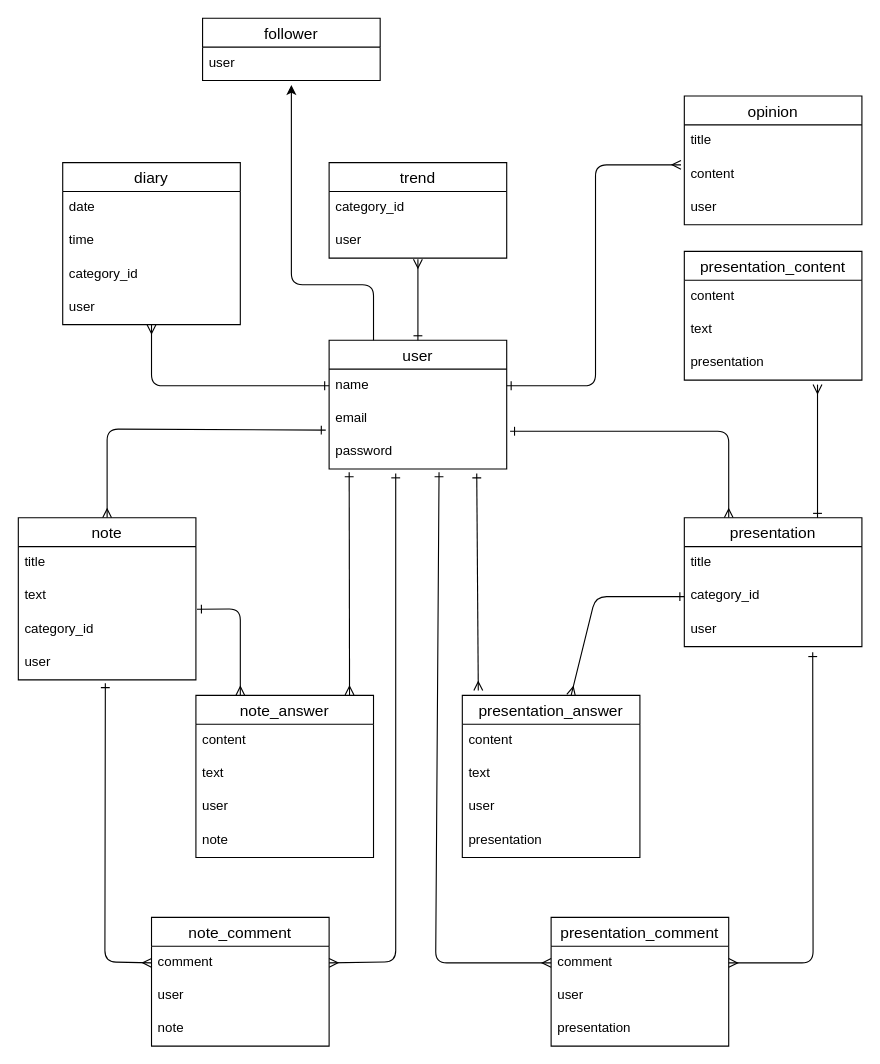
Before: ER.dio in xcattleyax/outputera, a draw.io diagram. Source tidied: cells renumbered, new cells numbered last; positions are measured from the earlier drawing's top-left corner, leaving out a move shared by most shapes. Both pictures are drawn from the tidied source at 111%, with x=0, y=0 at pixel (18, 18).
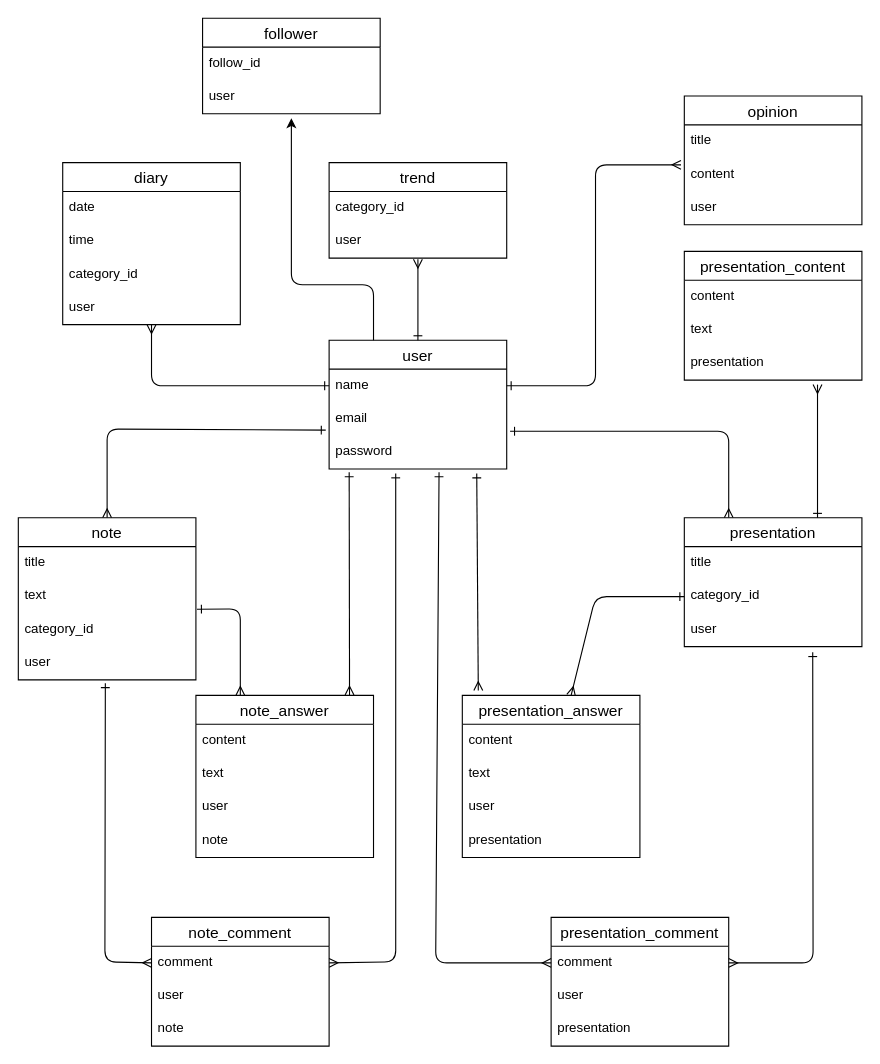
The same diagram, later.

The change refers to these unchanged cells:
```xml
<mxCell id="2" value="user" style="swimlane;fontStyle=0;horizontal=1;startSize=26;align=center;fontSize=14;" parent="1" vertex="1">
  <mxGeometry x="280" y="290" width="160" height="116" as="geometry" />
</mxCell>
```

What changed in the source:
```diff
@@
     <mxCell id="63" value="follower" style="swimlane;fontStyle=0;horizontal=1;startSize=26;align=center;fontSize=14;" parent="1" vertex="1">
-      <mxGeometry x="166" width="160" height="56" as="geometry" />
+      <mxGeometry x="166" width="160" height="86" as="geometry" />
     </mxCell>
-    <mxCell id="64" value="user" style="text;strokeColor=none;fillColor=none;spacingLeft=4;spacingRight=4;overflow=hidden;fontSize=12;" parent="63" vertex="1">
+    <mxCell id="64" value="follow_id" style="text;strokeColor=none;fillColor=none;spacingLeft=4;spacingRight=4;overflow=hidden;fontSize=12;" parent="63" vertex="1">
       <mxGeometry y="26" width="160" height="30" as="geometry" />
     </mxCell>
+    <mxCell id="66" value="user" style="text;strokeColor=none;fillColor=none;spacingLeft=4;spacingRight=4;overflow=hidden;fontSize=12;" parent="63" vertex="1">
+      <mxGeometry y="56" width="160" height="30" as="geometry" />
+    </mxCell>
     <mxCell id="65" style="edgeStyle=none;html=1;exitX=0.25;exitY=0;exitDx=0;exitDy=0;" parent="1" edge="1" source="2">
       <mxGeometry relative="1" as="geometry">
-        <mxPoint x="246" y="60" as="targetPoint" />
+        <mxPoint x="246" y="90" as="targetPoint" />
         <Array as="points">
           <mxPoint x="320" y="240" />
           <mxPoint x="246" y="240" />
         </Array>
       </mxGeometry>
     </mxCell>
```
